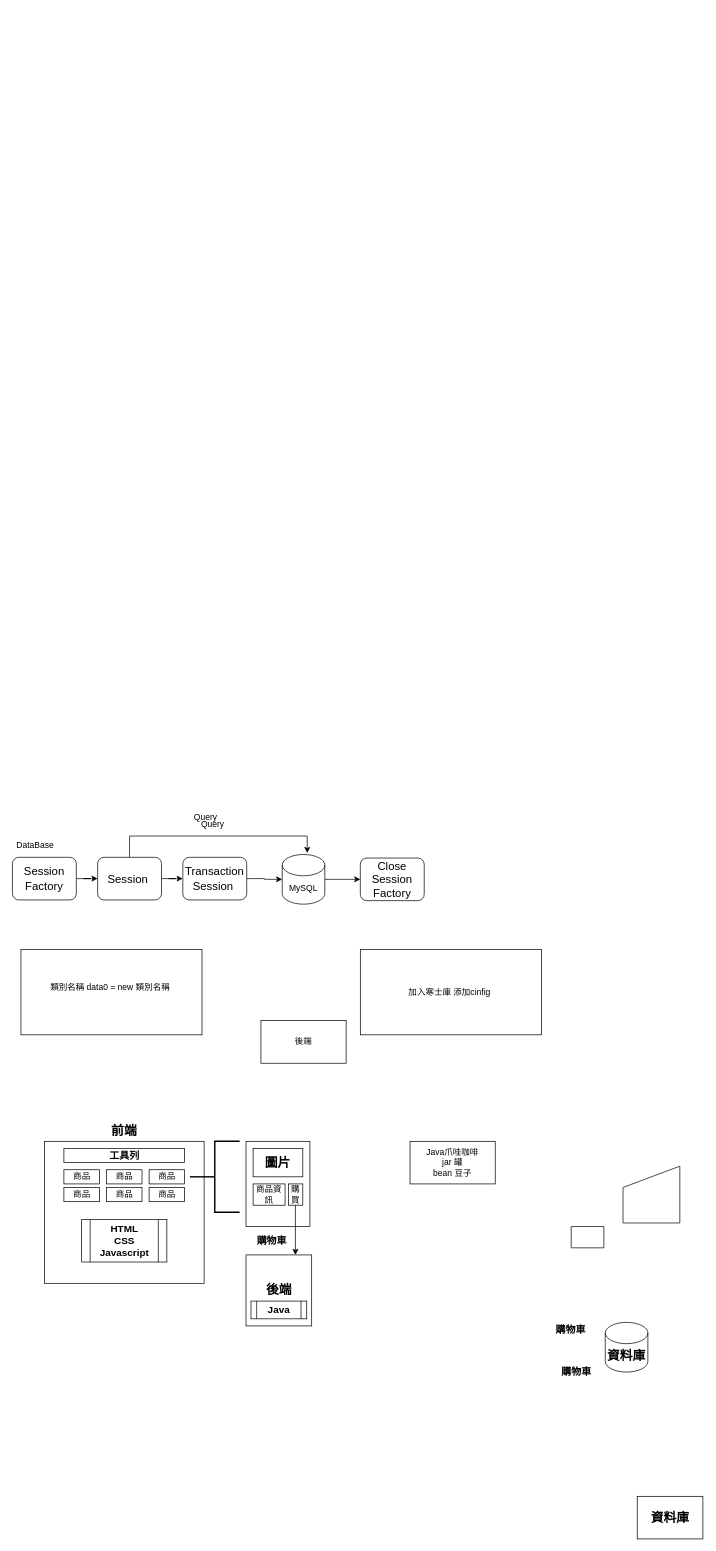
kmkurumi/Learning-Internet-knowledge-by-drawio keeps this draw.io diagram as page "Hibernate" (1 of 2) of Untitled Diagram.drawio. Above is the earlier version. Source tidied: cells renumbered, new cells numbered last; positions are measured from the earlier drawing's top-left corner, leaving out a move shared by most shapes. Both pictures are drawn from the tidied source at 71%, with x=0, y=0 at pixel (12, 807).
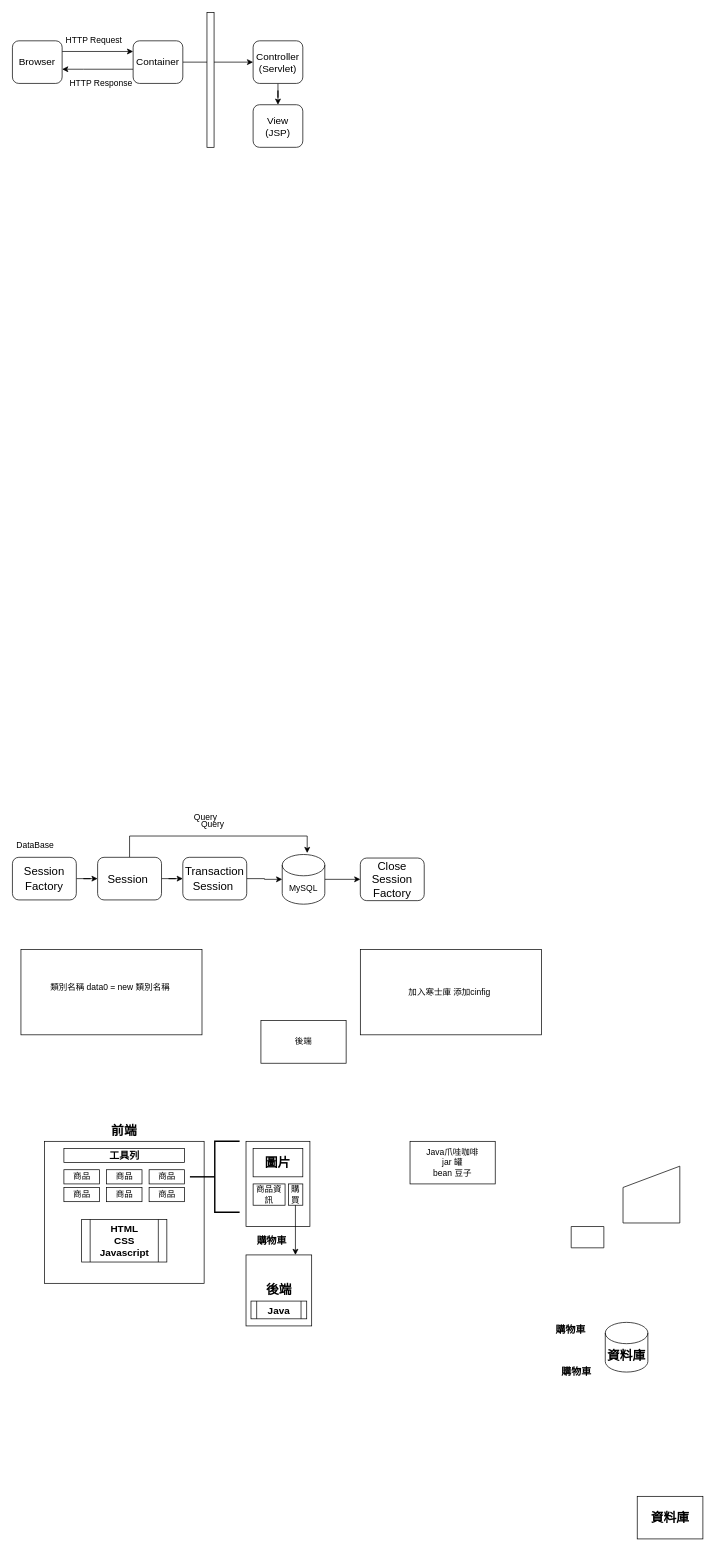
The same page after the edit.

What changed in the source:
```diff
@@
+    <mxCell id="44" style="edgeStyle=orthogonalEdgeStyle;rounded=0;jettySize=auto;html=1;entryX=0;entryY=0.25;entryDx=0;entryDy=0;exitX=1;exitY=0.25;exitDx=0;exitDy=0;" parent="1" edge="1" source="45" target="48">
+      <mxGeometry relative="1" as="geometry" />
+    </mxCell>
+    <mxCell id="45" value="&lt;font style=&quot;font-size: 14px&quot;&gt;Browser&lt;/font&gt;" style="rounded=1;whiteSpace=wrap;html=1;" parent="1" vertex="1">
+      <mxGeometry y="-1080" width="70" height="60" as="geometry" />
+    </mxCell>
+    <mxCell id="46" style="edgeStyle=orthogonalEdgeStyle;rounded=0;jettySize=auto;html=1;" parent="1" edge="1" source="48" target="45">
+      <mxGeometry relative="1" as="geometry">
+        <Array as="points">
+          <mxPoint x="100" y="-1040" />
+          <mxPoint x="100" y="-1040" />
+        </Array>
+      </mxGeometry>
+    </mxCell>
+    <mxCell id="47" style="edgeStyle=orthogonalEdgeStyle;rounded=0;jettySize=auto;html=1;" parent="1" edge="1" source="48" target="53">
+      <mxGeometry relative="1" as="geometry" />
+    </mxCell>
+    <mxCell id="48" value="&lt;font style=&quot;font-size: 14px&quot;&gt;Container&lt;/font&gt;" style="rounded=1;whiteSpace=wrap;html=1;" parent="1" vertex="1">
+      <mxGeometry x="170" y="-1080" width="70" height="60" as="geometry" />
+    </mxCell>
+    <mxCell id="49" value="HTTP Request" style="text;html=1;strokeColor=none;fillColor=none;align=center;verticalAlign=middle;whiteSpace=wrap;rounded=0;" parent="1" vertex="1">
+      <mxGeometry x="70" y="-1090" width="90" height="20" as="geometry" />
+    </mxCell>
+    <mxCell id="50" value="HTTP Response" style="text;html=1;strokeColor=none;fillColor=none;align=center;verticalAlign=middle;whiteSpace=wrap;rounded=0;" parent="1" vertex="1">
+      <mxGeometry x="70" y="-1030" width="110" height="20" as="geometry" />
+    </mxCell>
+    <mxCell id="51" style="rounded=0;whiteSpace=wrap;html=1;rotation=-90;" parent="1" vertex="1">
+      <mxGeometry x="184" y="-1030" width="190" height="10" as="geometry" />
+    </mxCell>
+    <mxCell id="52" style="edgeStyle=orthogonalEdgeStyle;rounded=0;jettySize=auto;html=1;" parent="1" edge="1" source="53" target="54">
+      <mxGeometry relative="1" as="geometry" />
+    </mxCell>
+    <mxCell id="53" value="&lt;span style=&quot;font-size: 14px&quot;&gt;Controller&lt;br&gt;(Servlet)&lt;br&gt;&lt;/span&gt;" style="rounded=1;whiteSpace=wrap;html=1;" parent="1" vertex="1">
+      <mxGeometry x="339" y="-1080" width="70" height="60" as="geometry" />
+    </mxCell>
+    <mxCell id="54" value="&lt;font style=&quot;font-size: 14px&quot;&gt;View&lt;br&gt;(JSP)&lt;br&gt;&lt;/font&gt;" style="rounded=1;whiteSpace=wrap;html=1;" parent="1" vertex="1">
+      <mxGeometry x="339" y="-990" width="70" height="60" as="geometry" />
+    </mxCell>
```
